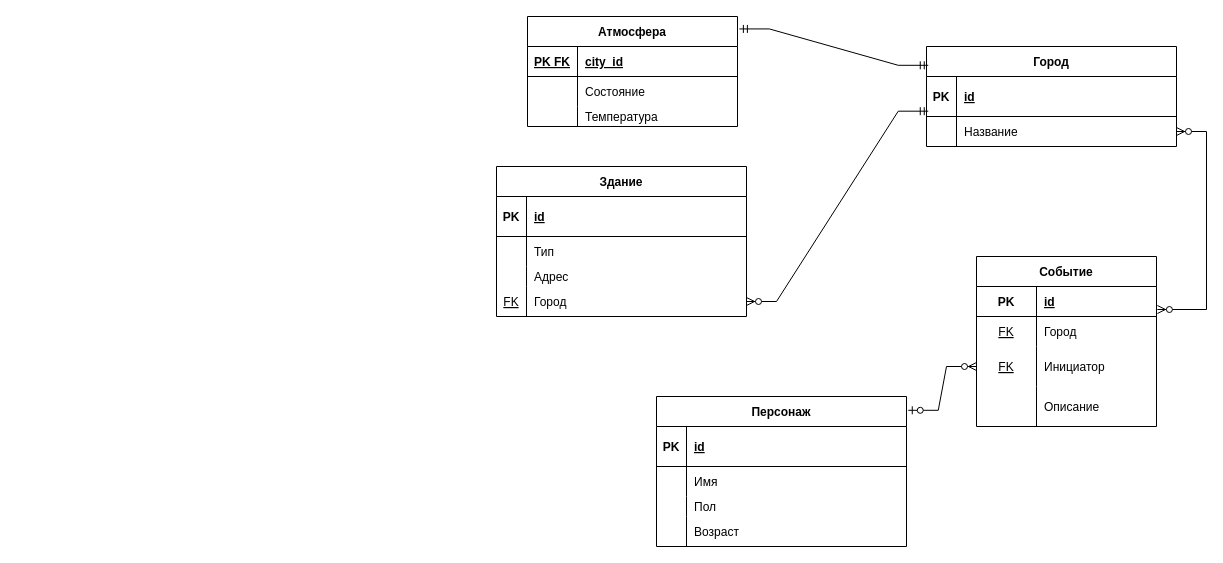
The draw.io diagram Labs/Lab-1/Informatical-scheme.drawio in 3ilib0ba/ITMO-DB, before the edit. Source tidied: cells renumbered, new cells numbered last; positions are measured from the earlier drawing's top-left corner, leaving out a move shared by most shapes. Both pictures are drawn from the tidied source at 100%, with x=0, y=0 at pixel (496, 16).
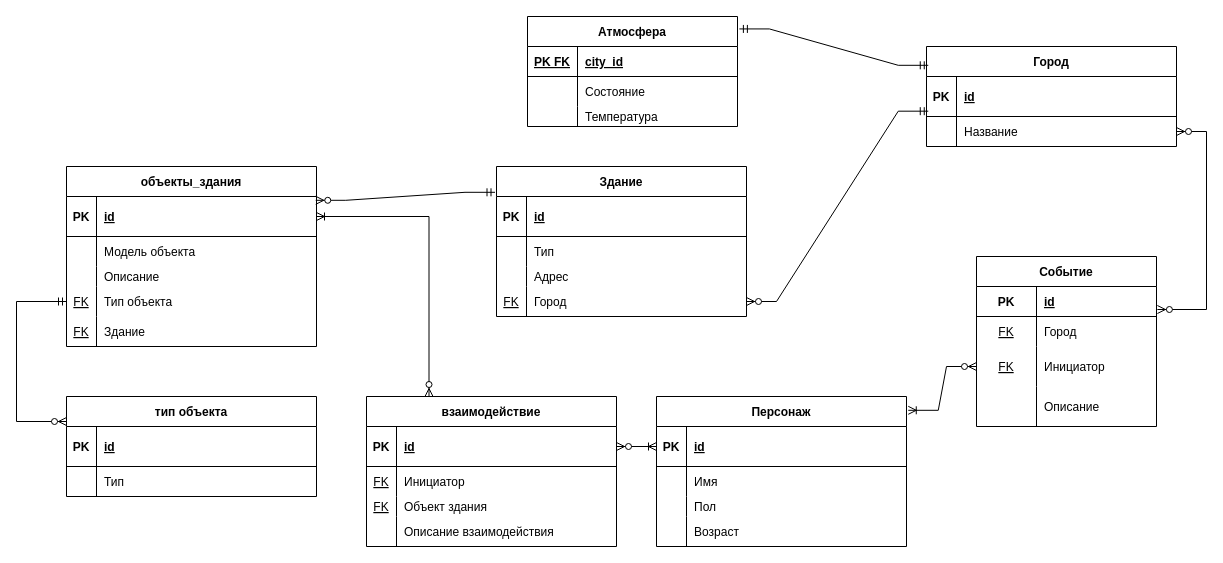
Above is the later version.

The change refers to these unchanged cells:
```xml
<mxCell id="2" value="Персонаж" style="shape=table;startSize=30;childLayout=tableLayout;rowLines=0;fontStyle=1;align=center;" parent="1" vertex="1">
  <mxGeometry x="160" y="380" width="250" height="150" as="geometry" />
</mxCell>
<mxCell id="3" style="shape=partialRectangle;fillColor=none;points=[[0,0.5],[1,0.5]];portConstraint=eastwest;top=0;left=0;right=0;bottom=1;" parent="2" vertex="1">
  <mxGeometry y="30" width="250" height="40" as="geometry" />
</mxCell>
<mxCell id="15" value="Здание" style="shape=table;startSize=30;childLayout=tableLayout;rowLines=0;fontStyle=1;align=center;" parent="1" vertex="1">
  <mxGeometry y="150" width="250" height="150" as="geometry" />
</mxCell>
<mxCell id="52" style="shape=tableRow;horizontal=0;startSize=0;swimlaneHead=0;swimlaneBody=0;fillColor=none;points=[[0,0.5],[1,0.5]];portConstraint=eastwest;top=0;left=0;right=0;bottom=0;" parent="45" vertex="1">
  <mxGeometry y="90" width="180" height="40" as="geometry" />
</mxCell>
```

Change to the diagram source:
```diff
@@
-    <mxCell id="58" style="edgeStyle=entityRelationEdgeStyle;fontSize=12;html=1;endArrow=ERzeroToMany;startArrow=ERzeroToOne;rounded=0;exitX=1.007;exitY=0.092;exitDx=0;exitDy=0;exitPerimeter=0;entryX=0;entryY=0.5;entryDx=0;entryDy=0;" parent="1" edge="1" source="2" target="52">
+    <mxCell id="58" style="edgeStyle=entityRelationEdgeStyle;fontSize=12;html=1;endArrow=ERzeroToMany;startArrow=ERoneToMany;rounded=0;exitX=1.007;exitY=0.092;exitDx=0;exitDy=0;exitPerimeter=0;entryX=0;entryY=0.5;entryDx=0;entryDy=0;startFill=0;" parent="1" edge="1" source="2" target="52">
       <mxGeometry relative="1" as="geometry" />
     </mxCell>
@@
+    <mxCell id="62" value="взаимодействие" style="shape=table;startSize=30;childLayout=tableLayout;rowLines=0;fontStyle=1;align=center;" parent="1" vertex="1">
+      <mxGeometry x="-130" y="380" width="250" height="150" as="geometry" />
+    </mxCell>
+    <mxCell id="63" style="shape=partialRectangle;fillColor=none;points=[[0,0.5],[1,0.5]];portConstraint=eastwest;top=0;left=0;right=0;bottom=1;" parent="62" vertex="1">
+      <mxGeometry y="30" width="250" height="40" as="geometry" />
+    </mxCell>
+    <mxCell id="64" value="PK" style="shape=partialRectangle;overflow=hidden;fillColor=none;top=0;left=0;bottom=0;right=0;fontStyle=1;" parent="63" vertex="1">
+      <mxGeometry width="30" height="40" as="geometry" />
+    </mxCell>
+    <mxCell id="65" value="id" style="shape=partialRectangle;overflow=hidden;fillColor=none;top=0;left=0;bottom=0;right=0;align=left;spacingLeft=6;fontStyle=5;" parent="63" vertex="1">
+      <mxGeometry x="30" width="220" height="40" as="geometry" />
+    </mxCell>
+    <mxCell id="66" style="shape=partialRectangle;fillColor=none;top=0;left=0;right=0;bottom=0;" parent="62" vertex="1">
+      <mxGeometry y="70" width="250" height="30" as="geometry" />
+    </mxCell>
+    <mxCell id="67" value="FK" style="shape=partialRectangle;overflow=hidden;fillColor=none;top=0;left=0;bottom=0;right=0;fontStyle=4;" parent="66" vertex="1">
+      <mxGeometry width="30" height="30" as="geometry" />
+    </mxCell>
+    <mxCell id="68" value="Инициатор" style="shape=partialRectangle;overflow=hidden;fillColor=none;top=0;left=0;bottom=0;right=0;align=left;spacingLeft=6;" parent="66" vertex="1">
+      <mxGeometry x="30" width="220" height="30" as="geometry" />
+    </mxCell>
+    <mxCell id="69" style="shape=partialRectangle;fillColor=none;top=0;left=0;right=0;bottom=0;" parent="62" vertex="1">
+      <mxGeometry y="100" width="250" height="20" as="geometry" />
+    </mxCell>
+    <mxCell id="70" value="FK" style="shape=partialRectangle;overflow=hidden;fillColor=none;top=0;left=0;bottom=0;right=0;fontStyle=4;" parent="69" vertex="1">
+      <mxGeometry width="30" height="20" as="geometry" />
+    </mxCell>
+    <mxCell id="71" value="Объект здания" style="shape=partialRectangle;overflow=hidden;fillColor=none;top=0;left=0;bottom=0;right=0;align=left;spacingLeft=6;" parent="69" vertex="1">
+      <mxGeometry x="30" width="220" height="20" as="geometry" />
+    </mxCell>
+    <mxCell id="72" style="shape=partialRectangle;fillColor=none;top=0;left=0;right=0;bottom=0;" parent="62" vertex="1">
+      <mxGeometry y="120" width="250" height="30" as="geometry" />
+    </mxCell>
+    <mxCell id="73" style="shape=partialRectangle;overflow=hidden;fillColor=none;top=0;left=0;bottom=0;right=0;" parent="72" vertex="1">
+      <mxGeometry width="30" height="30" as="geometry" />
+    </mxCell>
+    <mxCell id="74" value="Описание взаимодействия" style="shape=partialRectangle;overflow=hidden;fillColor=none;top=0;left=0;bottom=0;right=0;align=left;spacingLeft=6;" parent="72" vertex="1">
+      <mxGeometry x="30" width="220" height="30" as="geometry" />
+    </mxCell>
+    <mxCell id="75" value="тип объекта" style="shape=table;startSize=30;childLayout=tableLayout;rowLines=0;fontStyle=1;align=center;" parent="1" vertex="1">
+      <mxGeometry x="-430" y="380" width="250" height="100" as="geometry" />
+    </mxCell>
+    <mxCell id="76" style="shape=partialRectangle;fillColor=none;top=0;left=0;right=0;bottom=1;" parent="75" vertex="1">
+      <mxGeometry y="30" width="250" height="40" as="geometry" />
+    </mxCell>
+    <mxCell id="77" value="PK" style="shape=partialRectangle;overflow=hidden;fillColor=none;top=0;left=0;bottom=0;right=0;fontStyle=1;" parent="76" vertex="1">
+      <mxGeometry width="30" height="40" as="geometry" />
+    </mxCell>
+    <mxCell id="78" value="id" style="shape=partialRectangle;overflow=hidden;fillColor=none;top=0;left=0;bottom=0;right=0;align=left;spacingLeft=6;fontStyle=5;" parent="76" vertex="1">
+      <mxGeometry x="30" width="220" height="40" as="geometry" />
+    </mxCell>
+    <mxCell id="79" style="shape=partialRectangle;fillColor=none;top=0;left=0;right=0;bottom=0;" parent="75" vertex="1">
+      <mxGeometry y="70" width="250" height="30" as="geometry" />
+    </mxCell>
+    <mxCell id="80" style="shape=partialRectangle;overflow=hidden;fillColor=none;top=0;left=0;bottom=0;right=0;" parent="79" vertex="1">
+      <mxGeometry width="30" height="30" as="geometry" />
+    </mxCell>
+    <mxCell id="81" value="Тип" style="shape=partialRectangle;overflow=hidden;fillColor=none;top=0;left=0;bottom=0;right=0;align=left;spacingLeft=6;" parent="79" vertex="1">
+      <mxGeometry x="30" width="220" height="30" as="geometry" />
+    </mxCell>
+    <mxCell id="82" value="объекты_здания" style="shape=table;startSize=30;childLayout=tableLayout;rowLines=0;fontStyle=1;align=center;" parent="1" vertex="1">
+      <mxGeometry x="-430" y="150" width="250" height="180" as="geometry" />
+    </mxCell>
+    <mxCell id="83" style="shape=partialRectangle;fillColor=none;points=[[0,0.5],[1,0.5]];portConstraint=eastwest;top=0;left=0;right=0;bottom=1;" parent="82" vertex="1">
+      <mxGeometry y="30" width="250" height="40" as="geometry" />
+    </mxCell>
+    <mxCell id="84" value="PK" style="shape=partialRectangle;overflow=hidden;fillColor=none;top=0;left=0;bottom=0;right=0;fontStyle=1;" parent="83" vertex="1">
+      <mxGeometry width="30" height="40" as="geometry" />
+    </mxCell>
+    <mxCell id="85" value="id" style="shape=partialRectangle;overflow=hidden;fillColor=none;top=0;left=0;bottom=0;right=0;align=left;spacingLeft=6;fontStyle=5;" parent="83" vertex="1">
+      <mxGeometry x="30" width="220" height="40" as="geometry" />
+    </mxCell>
+    <mxCell id="86" style="shape=partialRectangle;fillColor=none;top=0;left=0;right=0;bottom=0;" parent="82" vertex="1">
+      <mxGeometry y="70" width="250" height="30" as="geometry" />
+    </mxCell>
+    <mxCell id="87" style="shape=partialRectangle;overflow=hidden;fillColor=none;top=0;left=0;bottom=0;right=0;" parent="86" vertex="1">
+      <mxGeometry width="30" height="30" as="geometry" />
+    </mxCell>
+    <mxCell id="88" value="Модель объекта" style="shape=partialRectangle;overflow=hidden;fillColor=none;top=0;left=0;bottom=0;right=0;align=left;spacingLeft=6;" parent="86" vertex="1">
+      <mxGeometry x="30" width="220" height="30" as="geometry" />
+    </mxCell>
+    <mxCell id="89" style="shape=partialRectangle;fillColor=none;top=0;left=0;right=0;bottom=0;" parent="82" vertex="1">
+      <mxGeometry y="100" width="250" height="20" as="geometry" />
+    </mxCell>
+    <mxCell id="90" style="shape=partialRectangle;overflow=hidden;fillColor=none;top=0;left=0;bottom=0;right=0;" parent="89" vertex="1">
+      <mxGeometry width="30" height="20" as="geometry" />
+    </mxCell>
+    <mxCell id="91" value="Описание" style="shape=partialRectangle;overflow=hidden;fillColor=none;top=0;left=0;bottom=0;right=0;align=left;spacingLeft=6;" parent="89" vertex="1">
+      <mxGeometry x="30" width="220" height="20" as="geometry" />
+    </mxCell>
+    <mxCell id="92" style="shape=partialRectangle;fillColor=none;points=[[0,0.5],[1,0.5]];portConstraint=eastwest;top=0;left=0;right=0;bottom=0;" parent="82" vertex="1">
+      <mxGeometry y="120" width="250" height="30" as="geometry" />
+    </mxCell>
+    <mxCell id="93" value="FK" style="shape=partialRectangle;overflow=hidden;fillColor=none;top=0;left=0;bottom=0;right=0;fontStyle=4;" parent="92" vertex="1">
+      <mxGeometry width="30" height="30" as="geometry" />
+    </mxCell>
+    <mxCell id="94" value="Тип объекта" style="shape=partialRectangle;overflow=hidden;fillColor=none;top=0;left=0;bottom=0;right=0;align=left;spacingLeft=6;" parent="92" vertex="1">
+      <mxGeometry x="30" width="220" height="30" as="geometry" />
+    </mxCell>
+    <mxCell id="95" style="shape=partialRectangle;fillColor=none;top=0;left=0;right=0;bottom=0;" parent="82" vertex="1">
+      <mxGeometry y="150" width="250" height="30" as="geometry" />
+    </mxCell>
+    <mxCell id="96" value="FK" style="shape=partialRectangle;overflow=hidden;fillColor=none;top=0;left=0;bottom=0;right=0;fontStyle=4;" parent="95" vertex="1">
+      <mxGeometry width="30" height="30" as="geometry" />
+    </mxCell>
+    <mxCell id="97" value="Здание" style="shape=partialRectangle;overflow=hidden;fillColor=none;top=0;left=0;bottom=0;right=0;align=left;spacingLeft=6;" parent="95" vertex="1">
+      <mxGeometry x="30" width="220" height="30" as="geometry" />
+    </mxCell>
+    <mxCell id="98" style="edgeStyle=entityRelationEdgeStyle;fontSize=12;html=1;endArrow=ERzeroToMany;startArrow=ERmandOne;rounded=0;entryX=0.997;entryY=0.095;entryDx=0;entryDy=0;exitX=-0.006;exitY=0.172;exitDx=0;exitDy=0;exitPerimeter=0;entryPerimeter=0;" parent="1" edge="1" source="15" target="83">
+      <mxGeometry relative="1" as="geometry" />
+    </mxCell>
+    <mxCell id="99" style="edgeStyle=elbowEdgeStyle;fontSize=12;html=1;endArrow=ERzeroToMany;startArrow=ERmandOne;rounded=0;entryX=0;entryY=0.25;entryDx=0;entryDy=0;exitX=0;exitY=0.5;exitDx=0;exitDy=0;" parent="1" edge="1" source="92" target="75">
+      <mxGeometry relative="1" as="geometry">
+        <Array as="points">
+          <mxPoint x="-480" y="360" />
+        </Array>
+      </mxGeometry>
+    </mxCell>
+    <mxCell id="100" style="edgeStyle=entityRelationEdgeStyle;fontSize=12;html=1;endArrow=ERzeroToMany;startArrow=ERoneToMany;rounded=0;exitX=0;exitY=0.5;exitDx=0;exitDy=0;entryX=1;entryY=0.5;entryDx=0;entryDy=0;startFill=0;" parent="1" edge="1" source="3" target="63">
+      <mxGeometry relative="1" as="geometry" />
+    </mxCell>
+    <mxCell id="101" style="edgeStyle=orthogonalEdgeStyle;fontSize=12;html=1;endArrow=ERzeroToMany;startArrow=ERoneToMany;rounded=0;exitX=1;exitY=0.5;exitDx=0;exitDy=0;entryX=0.25;entryY=0;entryDx=0;entryDy=0;startFill=0;" parent="1" edge="1" source="83" target="62">
+      <mxGeometry relative="1" as="geometry">
+        <Array as="points">
+          <mxPoint x="-67" y="200" />
+        </Array>
+      </mxGeometry>
+    </mxCell>
```
